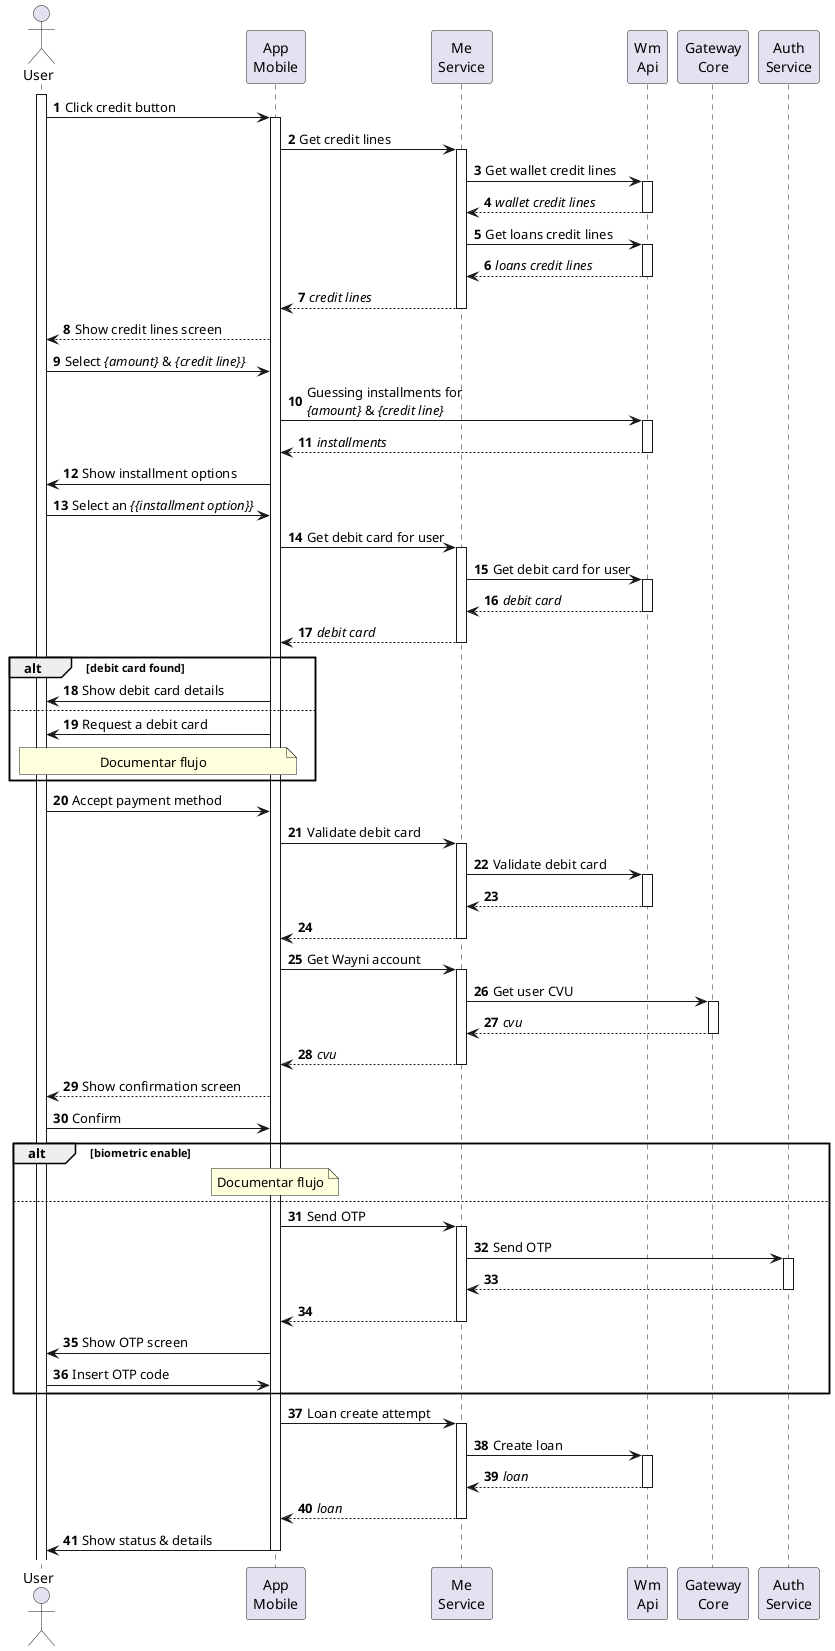
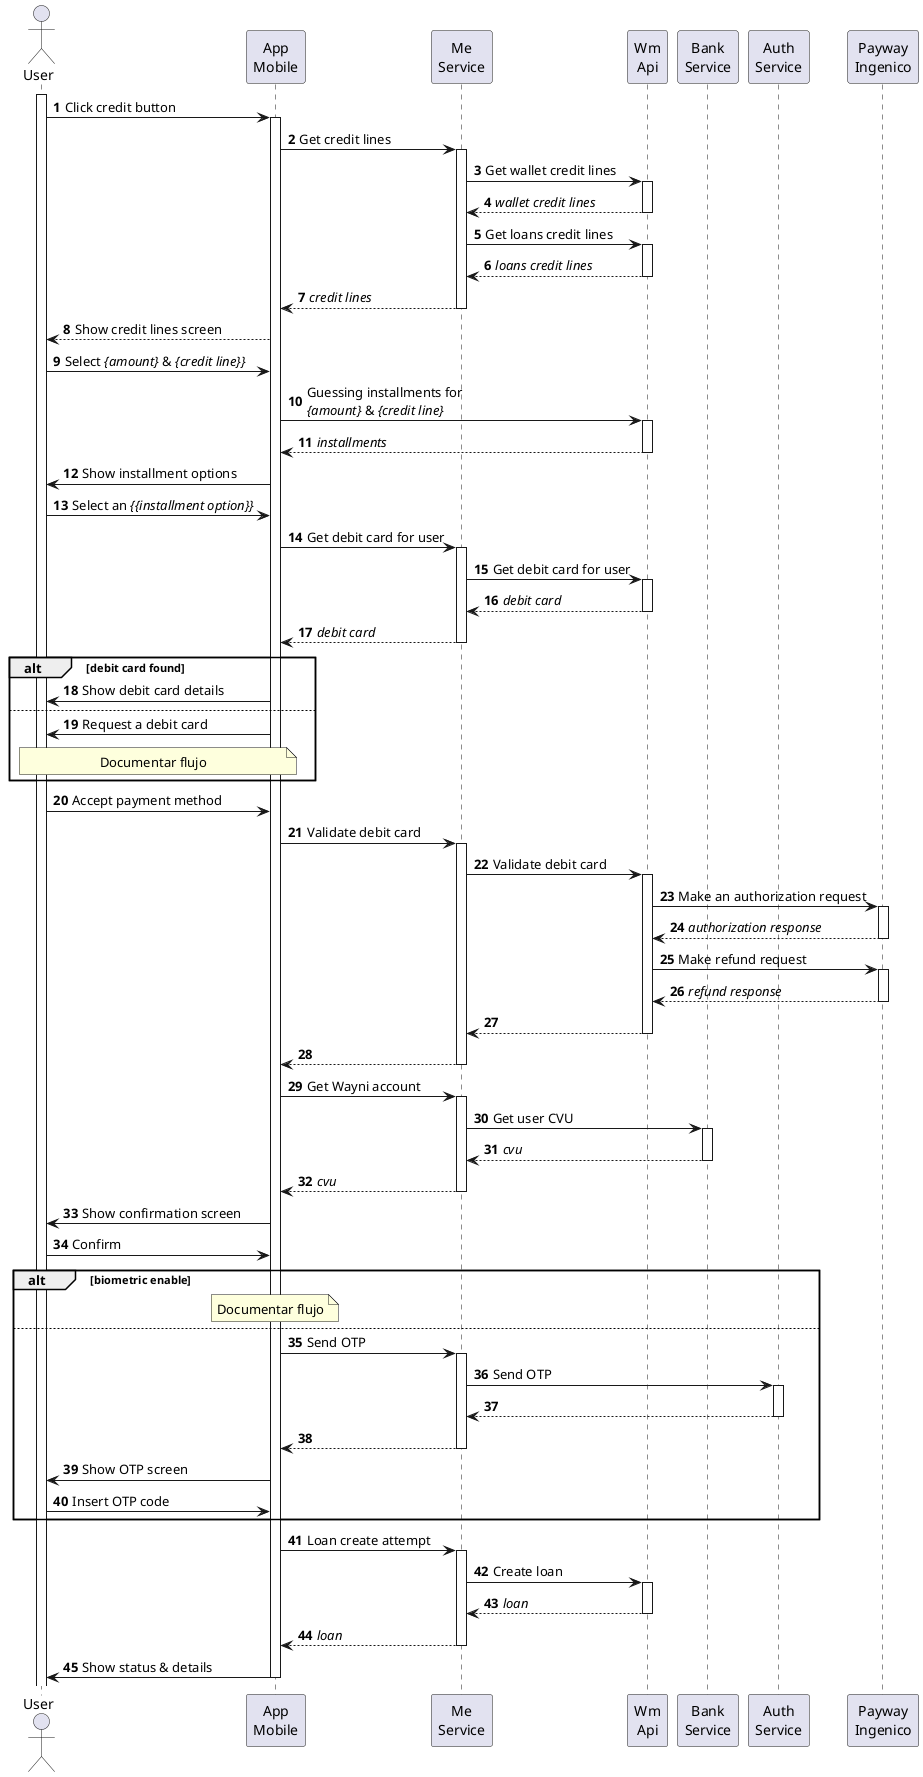
@startuml "Credits flow - App"

autonumber

actor User
participant "App\nMobile" as AM
participant "Me\nService" as MS
participant "Wm\nApi" as WM
- participant "Gateway\nCore" as GC
+ participant "Bank\nService" as GC
participant "Auth\nService" as AU
+ participant "Payway\nIngenico" as PI


activate User
User->AM: Click credit button
activate AM
'' GET /me/api/v2/me/credits ''
AM->MS: Get credit lines
activate MS
'' GET /credits/v1/wallet/lines/summaries ''
MS->WM: Get wallet credit lines
activate WM
WM-->MS: //wallet credit lines//
deactivate WM
'' GET /credits/v1/loans/lines/summaries ''
MS->WM: Get loans credit lines
activate WM
WM-->MS: //loans credit lines//
deactivate WM
MS-->AM: //credit lines//
deactivate MS
AM-->User: Show credit lines screen
User->AM: Select //{amount}// & //{credit line}}//
AM->WM:  Guessing installments for\n//{amount}// & //{credit line}//
activate WM
WM-->AM: //installments//
deactivate WM
AM->User: Show installment options
User->AM: Select an //{{installment option}}//
AM->MS: Get debit card for user
activate MS
MS->WM: Get debit card for user
activate WM
WM-->MS: //debit card//
deactivate WM
MS-->AM: //debit card//
deactivate MS
alt debit card found
AM->User: Show debit card details
else
AM->User: Request a debit card
note over User, AM: Documentar flujo
end
User->AM: Accept payment method
AM->MS: Validate debit card
activate MS
MS->WM: Validate debit card
activate WM
+ WM->PI: Make an authorization request
+ activate PI
+ PI-->WM: //authorization response//
+ deactivate PI
+ WM->PI: Make refund request
+ activate PI
+ PI-->WM: //refund response//
+ deactivate PI
WM-->MS:
deactivate WM
MS-->AM:
deactivate MS
AM->MS: Get Wayni account
activate MS
MS->GC: Get user CVU
activate GC
GC-->MS: //cvu//
deactivate GC
MS-->AM: //cvu//
deactivate MS
- AM-->User: Show confirmation screen
+ AM->User: Show confirmation screen
User->AM: Confirm
alt biometric enable
note over AM: Documentar flujo
else
AM->MS: Send OTP
activate MS
MS->AU: Send OTP
activate AU
AU-->MS:
deactivate AU
MS-->AM:
deactivate MS
AM->User: Show OTP screen
User->AM: Insert OTP code
end
AM->MS: Loan create attempt
activate MS
MS->WM: Create loan
activate WM
WM-->MS: //loan//
deactivate WM
MS-->AM: //loan//
deactivate MS
AM->User: Show status & details
deactivate AM

@enduml
